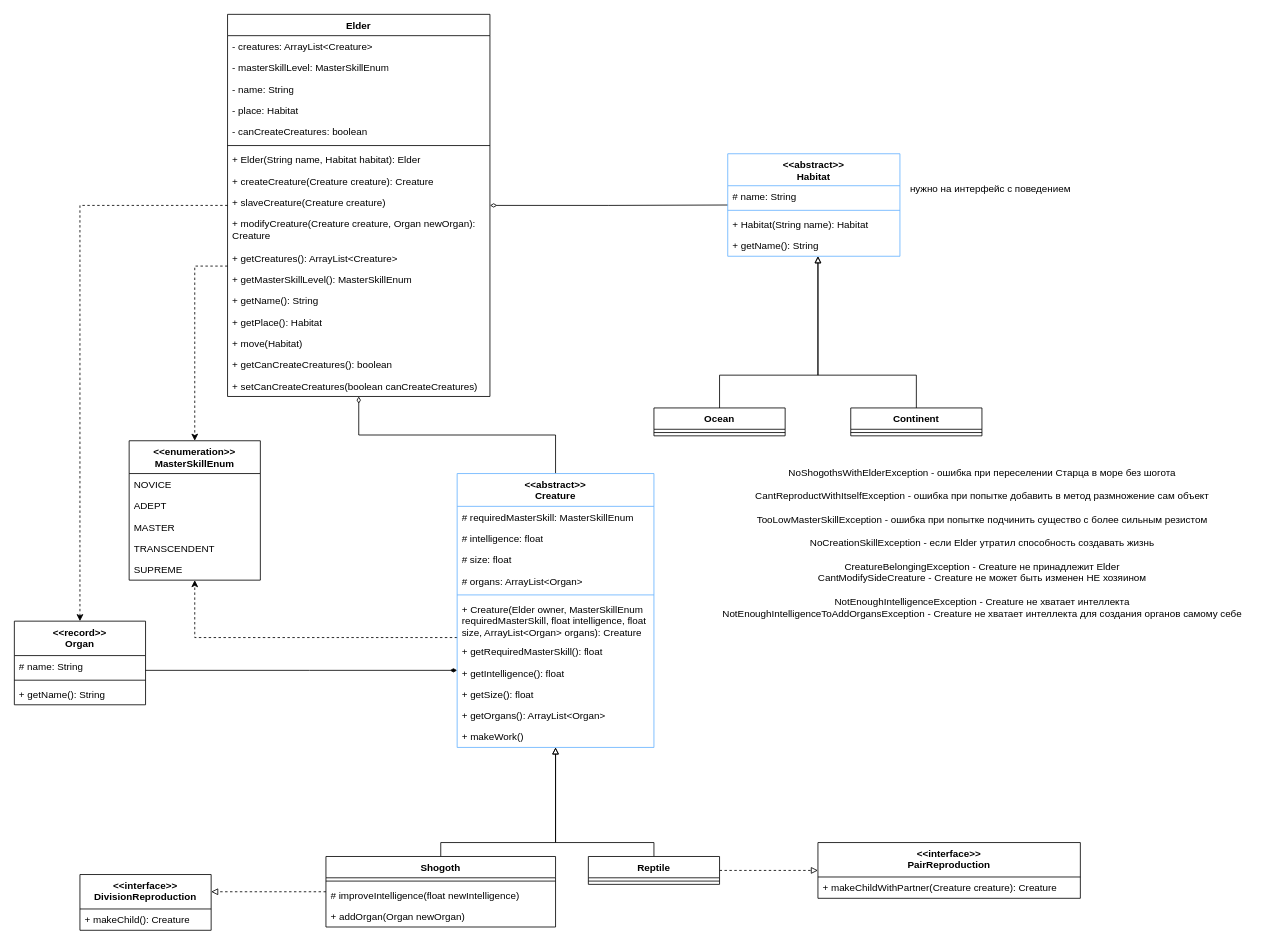
Above: Class diagram.drawio in AskarKasimov/programming-lab-3 (draw.io), before the change. Source tidied: cells renumbered, new cells numbered last; positions are measured from the earlier drawing's top-left corner, leaving out a move shared by most shapes. Both pictures are drawn from the tidied source at 82%, with x=0, y=0 at pixel (14, 14).
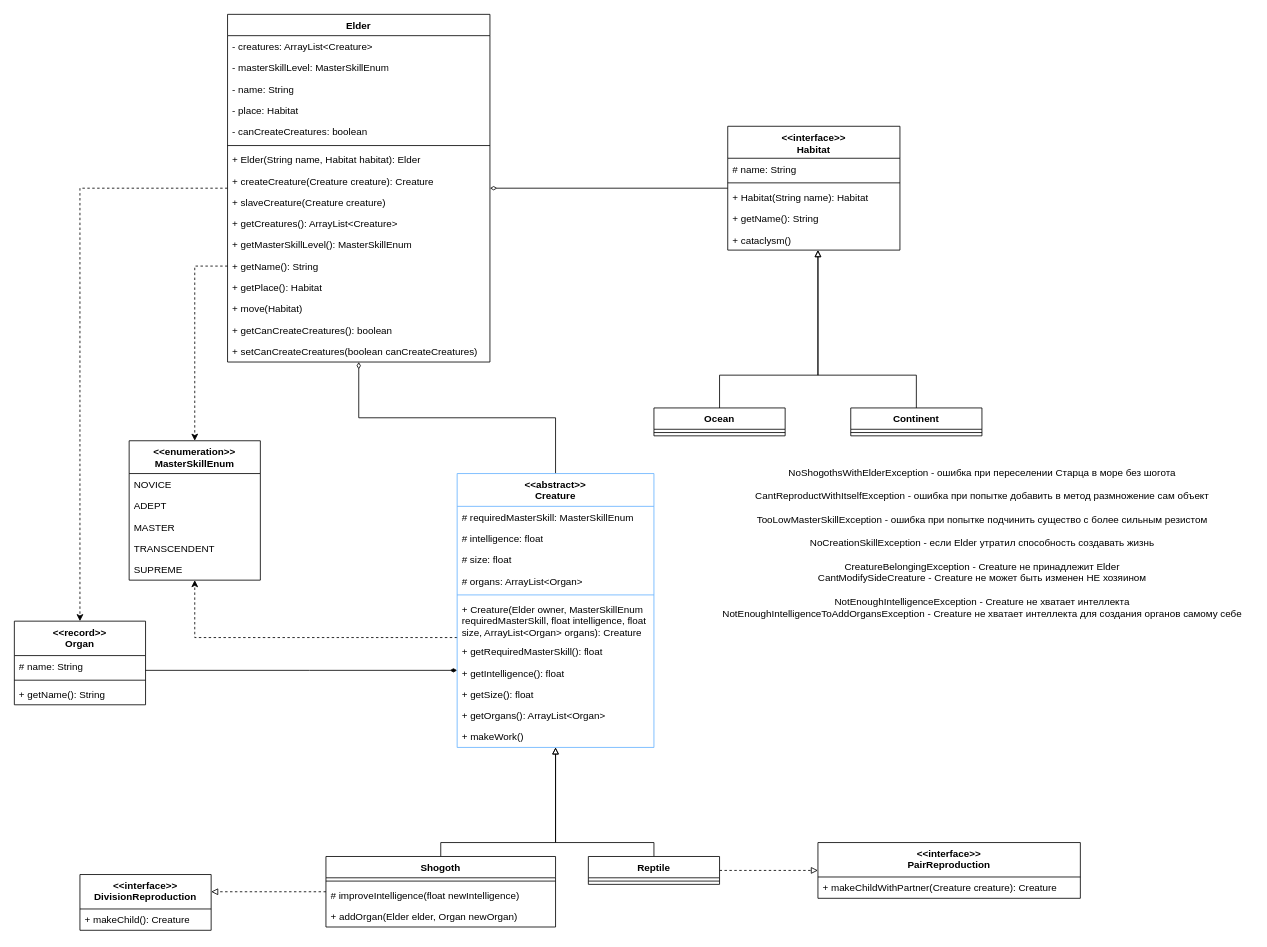
The same page after the edit.

Unchanged cells that the change refers to:
```xml
<mxCell id="56" value="Shogoth" style="swimlane;fontStyle=1;align=center;verticalAlign=top;horizontal=1;startSize=26;whiteSpace=wrap;html=1;" parent="1" vertex="1">
  <mxGeometry x="380" y="1027" width="280" height="86" as="geometry" />
</mxCell>
```

Diff of the diagram source:
```diff
@@
     <mxCell id="6" value="Elder" style="swimlane;fontStyle=1;align=center;verticalAlign=top;horizontal=1;startSize=26;whiteSpace=wrap;html=1;" parent="1" vertex="1">
-      <mxGeometry x="260" width="320" height="466" as="geometry" />
+      <mxGeometry x="260" width="320" height="424" as="geometry" />
     </mxCell>
@@
-    <mxCell id="16" value="+ modifyCreature(Creature creature, Organ newOrgan): Creature" style="text;strokeColor=none;fillColor=none;align=left;verticalAlign=top;spacingLeft=4;spacingRight=4;overflow=hidden;whiteSpace=wrap;html=1;" parent="6" vertex="1">
-      <mxGeometry y="242" width="320" height="42" as="geometry" />
-    </mxCell>
     <mxCell id="17" value="+ getCreatures(): ArrayList&amp;lt;Creature&amp;gt;" style="text;strokeColor=none;fillColor=none;align=left;verticalAlign=top;spacingLeft=4;spacingRight=4;overflow=hidden;whiteSpace=wrap;html=1;" parent="6" vertex="1">
-      <mxGeometry y="284" width="320" height="26" as="geometry" />
+      <mxGeometry y="242" width="320" height="26" as="geometry" />
     </mxCell>
     <mxCell id="18" value="+ getMasterSkillLevel(): MasterSkillEnum" style="text;strokeColor=none;fillColor=none;align=left;verticalAlign=top;spacingLeft=4;spacingRight=4;overflow=hidden;whiteSpace=wrap;html=1;" parent="6" vertex="1">
-      <mxGeometry y="310" width="320" height="26" as="geometry" />
+      <mxGeometry y="268" width="320" height="26" as="geometry" />
     </mxCell>
     <mxCell id="19" value="+ getName(): String" style="text;strokeColor=none;fillColor=none;align=left;verticalAlign=top;spacingLeft=4;spacingRight=4;overflow=hidden;whiteSpace=wrap;html=1;" parent="6" vertex="1">
-      <mxGeometry y="336" width="320" height="26" as="geometry" />
+      <mxGeometry y="294" width="320" height="26" as="geometry" />
     </mxCell>
     <mxCell id="20" value="+ getPlace(): Habitat" style="text;strokeColor=none;fillColor=none;align=left;verticalAlign=top;spacingLeft=4;spacingRight=4;overflow=hidden;whiteSpace=wrap;html=1;" parent="6" vertex="1">
-      <mxGeometry y="362" width="320" height="26" as="geometry" />
+      <mxGeometry y="320" width="320" height="26" as="geometry" />
     </mxCell>
     <mxCell id="21" value="+ move(Habitat)" style="text;strokeColor=none;fillColor=none;align=left;verticalAlign=top;spacingLeft=4;spacingRight=4;overflow=hidden;whiteSpace=wrap;html=1;" parent="6" vertex="1">
-      <mxGeometry y="388" width="320" height="26" as="geometry" />
+      <mxGeometry y="346" width="320" height="26" as="geometry" />
     </mxCell>
     <mxCell id="22" value="+ getCanCreateCreatures(): boolean" style="text;strokeColor=none;fillColor=none;align=left;verticalAlign=top;spacingLeft=4;spacingRight=4;overflow=hidden;whiteSpace=wrap;html=1;" parent="6" vertex="1">
-      <mxGeometry y="414" width="320" height="26" as="geometry" />
+      <mxGeometry y="372" width="320" height="26" as="geometry" />
     </mxCell>
     <mxCell id="23" value="+ setCanCreateCreatures(boolean canCreateCreatures)" style="text;strokeColor=none;fillColor=none;align=left;verticalAlign=top;spacingLeft=4;spacingRight=4;overflow=hidden;whiteSpace=wrap;html=1;" parent="6" vertex="1">
-      <mxGeometry y="440" width="320" height="26" as="geometry" />
+      <mxGeometry y="398" width="320" height="26" as="geometry" />
     </mxCell>
-    <mxCell id="24" value="&lt;div&gt;&amp;lt;&amp;lt;abstract&amp;gt;&amp;gt;&lt;/div&gt;Habitat" style="swimlane;fontStyle=1;align=center;verticalAlign=top;horizontal=1;startSize=39;whiteSpace=wrap;html=1;strokeColor=#66B2FF;" parent="1" vertex="1">
-      <mxGeometry x="870" y="170" width="210" height="125" as="geometry" />
+    <mxCell id="24" value="&lt;div&gt;&amp;lt;&amp;lt;interface&amp;gt;&amp;gt;&lt;/div&gt;Habitat" style="swimlane;fontStyle=1;align=center;verticalAlign=top;horizontal=1;startSize=39;whiteSpace=wrap;html=1;strokeColor=#000000;" parent="1" vertex="1">
+      <mxGeometry x="870" y="136.5" width="210" height="151" as="geometry" />
     </mxCell>
@@
+    <mxCell id="75" value="+ cataclysm()" style="text;strokeColor=none;fillColor=none;align=left;verticalAlign=top;spacingLeft=4;spacingRight=4;overflow=hidden;whiteSpace=wrap;html=1;" parent="24" vertex="1">
+      <mxGeometry y="125" width="210" height="26" as="geometry" />
+    </mxCell>
@@
-    <mxCell id="59" value="+ addOrgan(Organ newOrgan)" style="text;strokeColor=none;fillColor=none;align=left;verticalAlign=top;spacingLeft=4;spacingRight=4;overflow=hidden;whiteSpace=wrap;html=1;" parent="56" vertex="1">
+    <mxCell id="59" value="+ addOrgan(Elder elder, Organ newOrgan)" style="text;strokeColor=none;fillColor=none;align=left;verticalAlign=top;spacingLeft=4;spacingRight=4;overflow=hidden;whiteSpace=wrap;html=1;" parent="56" vertex="1">
       <mxGeometry y="60" width="280" height="26" as="geometry" />
     </mxCell>
@@
-    <mxCell id="74" value="нужно на интерфейс с поведением" style="text;html=1;align=center;verticalAlign=middle;strokeColor=none;fillColor=none;" parent="1" vertex="1">
-      <mxGeometry x="1080" y="198" width="220" height="30" as="geometry" />
-    </mxCell>
```
